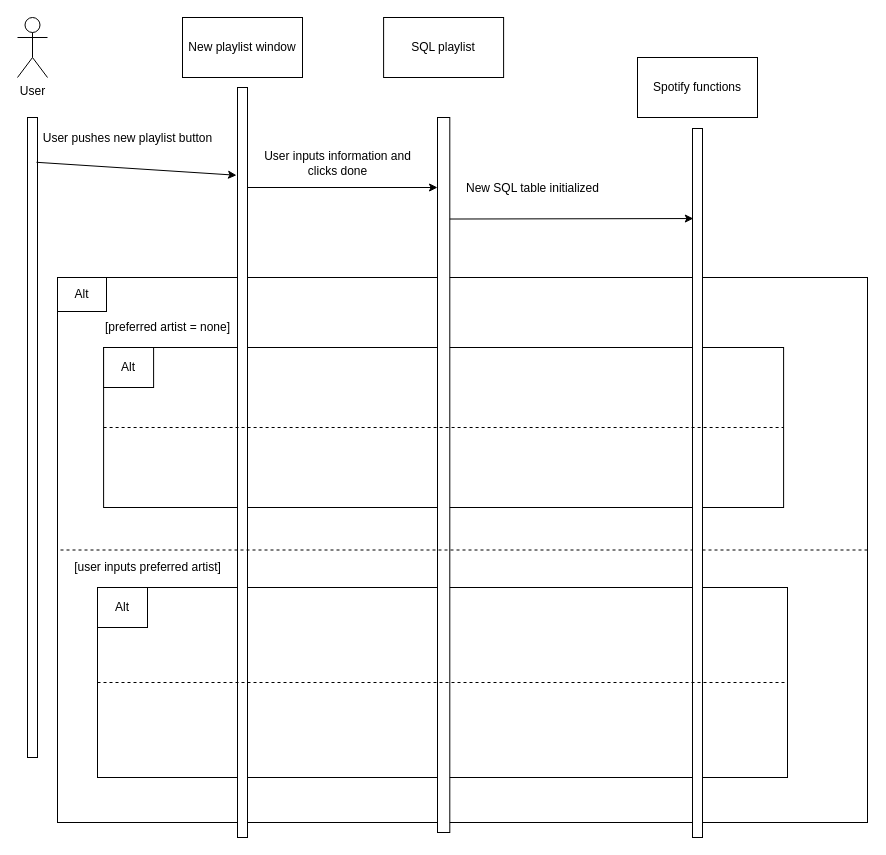
Before: new_playlist_sequence_model.drawio in stpilks99/moodipy, a draw.io diagram. Source tidied: cells renumbered, new cells numbered last; positions are measured from the earlier drawing's top-left corner, leaving out a move shared by most shapes. Both pictures are drawn from the tidied source at 100%, with x=0, y=0 at pixel (17, 17).
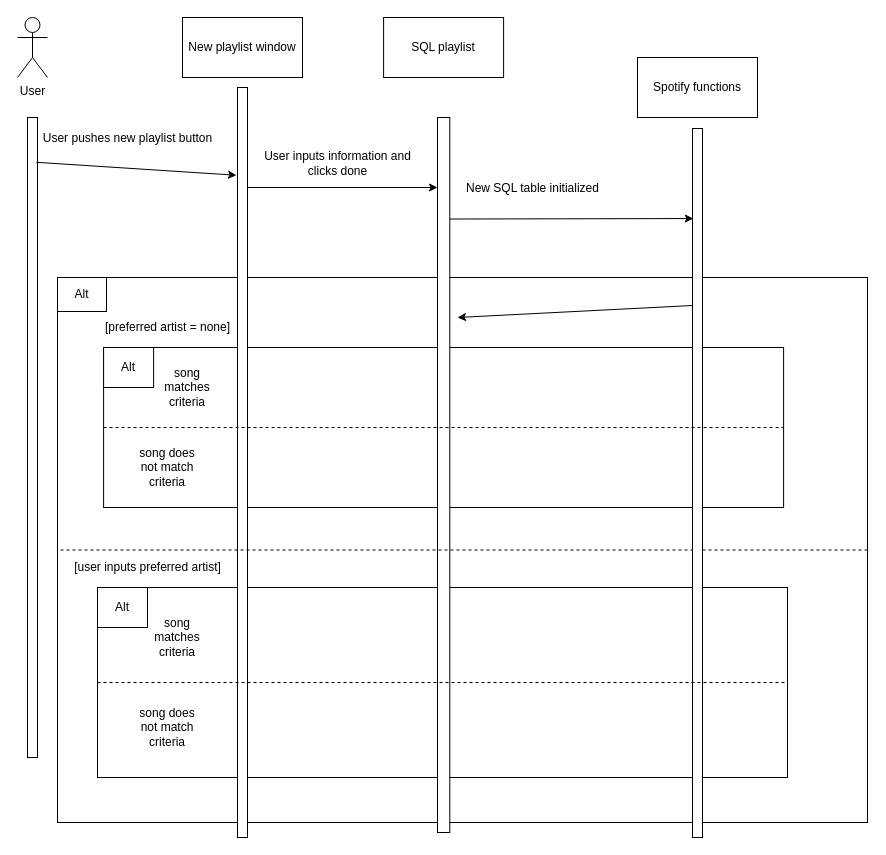
Above is the later version.

Change to the diagram source:
```diff
@@
+    <mxCell id="27" value="song matches criteria" style="text;html=1;strokeColor=none;fillColor=none;align=center;verticalAlign=middle;whiteSpace=wrap;rounded=0;" parent="1" vertex="1">
+      <mxGeometry x="150" y="360" width="40" height="20" as="geometry" />
+    </mxCell>
+    <mxCell id="28" value="song does not match criteria" style="text;html=1;strokeColor=none;fillColor=none;align=center;verticalAlign=middle;whiteSpace=wrap;rounded=0;" parent="1" vertex="1">
+      <mxGeometry x="120" y="440" width="60" height="20" as="geometry" />
+    </mxCell>
+    <mxCell id="29" value="song does not match criteria" style="text;html=1;strokeColor=none;fillColor=none;align=center;verticalAlign=middle;whiteSpace=wrap;rounded=0;" parent="1" vertex="1">
+      <mxGeometry x="120" y="700" width="60" height="20" as="geometry" />
+    </mxCell>
+    <mxCell id="30" value="song matches criteria" style="text;html=1;strokeColor=none;fillColor=none;align=center;verticalAlign=middle;whiteSpace=wrap;rounded=0;" parent="1" vertex="1">
+      <mxGeometry x="140" y="610" width="40" height="20" as="geometry" />
+    </mxCell>
+    <mxCell id="31" style="endArrow=none;html=1;startArrow=classic;startFill=1;endFill=0;" parent="1" edge="1">
+      <mxGeometry relative="1" as="geometry">
+        <mxPoint x="440" y="300" as="sourcePoint" />
+        <mxPoint x="675" y="288" as="targetPoint" />
+      </mxGeometry>
+    </mxCell>
```
